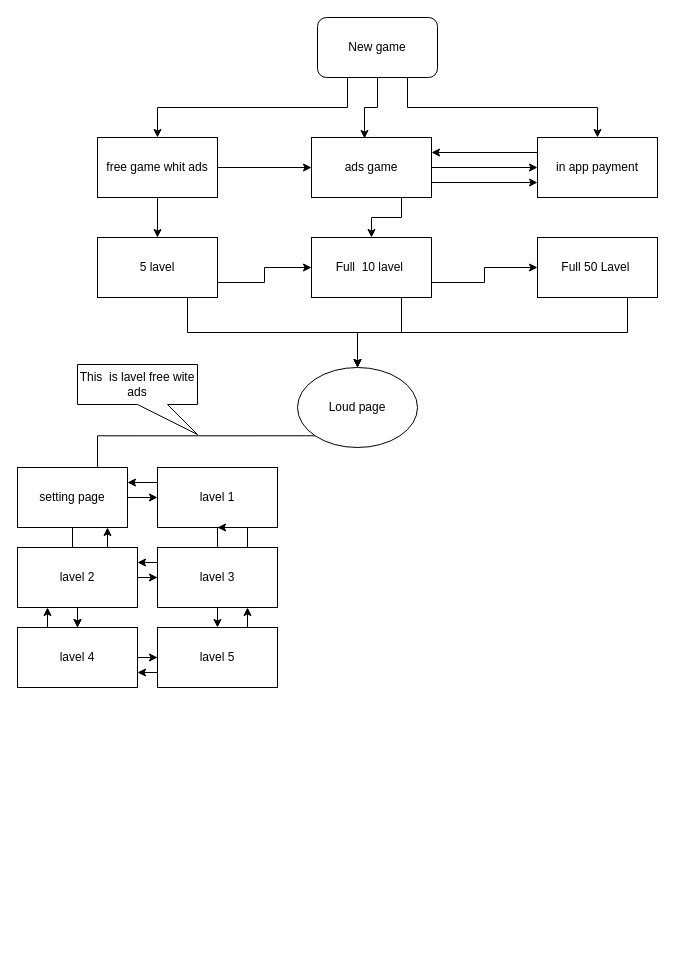
beyazcreative/Library keeps this draw.io diagram as Untitled Diagram.drawio. Above is the earlier version. Source tidied: cells renumbered, new cells numbered last; positions are measured from the earlier drawing's top-left corner, leaving out a move shared by most shapes. Both pictures are drawn from the tidied source at 100%, with x=0, y=0 at pixel (17, 17).
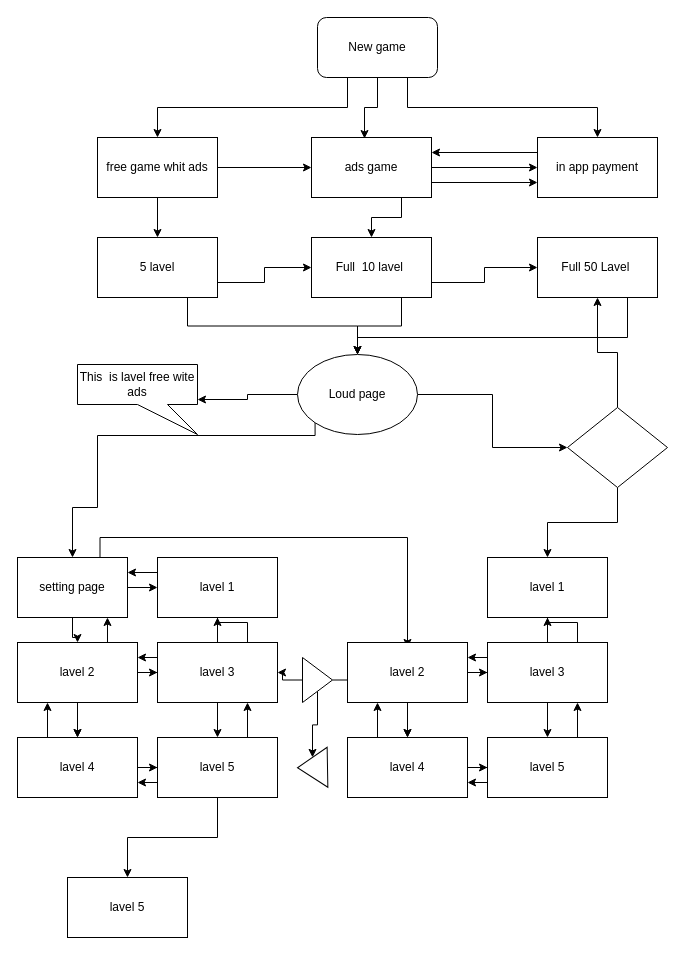
The same page after the edit.

Unchanged cells that the change refers to:
```xml
<mxCell id="22" value="Full 50 Lavel&amp;nbsp;" style="rounded=0;whiteSpace=wrap;html=1;" parent="1" vertex="1">
  <mxGeometry x="520" y="220" width="120" height="60" as="geometry" />
</mxCell>
<mxCell id="44" value="This&amp;nbsp; is lavel free wite ads" style="shape=callout;whiteSpace=wrap;html=1;perimeter=calloutPerimeter;base=30;position2=1;" parent="1" vertex="1">
  <mxGeometry x="60" y="347" width="120" height="70" as="geometry" />
</mxCell>
```

What changed in the source:
```diff
@@
     <mxCell id="21" style="edgeStyle=orthogonalEdgeStyle;rounded=0;jettySize=auto;html=1;exitX=0.75;exitY=1;exitDx=0;exitDy=0;entryX=0.5;entryY=0;entryDx=0;entryDy=0;" parent="1" edge="1" source="22" target="24">
-      <mxGeometry relative="1" as="geometry" />
+      <mxGeometry relative="1" as="geometry">
+        <Array as="points">
+          <mxPoint x="610" y="320" />
+          <mxPoint x="340" y="320" />
+        </Array>
+      </mxGeometry>
     </mxCell>
@@
+    <mxCell id="45" style="edgeStyle=orthogonalEdgeStyle;rounded=0;jettySize=auto;html=1;" parent="1" edge="1" source="24" target="44">
+      <mxGeometry relative="1" as="geometry" />
+    </mxCell>
+    <mxCell id="46" style="edgeStyle=orthogonalEdgeStyle;rounded=0;jettySize=auto;html=1;" parent="1" edge="1" source="24" target="73">
+      <mxGeometry relative="1" as="geometry" />
+    </mxCell>
     <mxCell id="24" value="Loud page" style="ellipse;whiteSpace=wrap;html=1;" parent="1" vertex="1">
-      <mxGeometry x="280" y="350" width="120" height="80" as="geometry" />
+      <mxGeometry x="280" y="337" width="120" height="80" as="geometry" />
     </mxCell>
@@
-    <mxCell id="26" style="edgeStyle=orthogonalEdgeStyle;rounded=0;jettySize=auto;html=1;" parent="1" edge="1" source="27" target="40">
+    <mxCell id="26" style="edgeStyle=orthogonalEdgeStyle;rounded=0;jettySize=auto;html=1;" parent="1" edge="1" source="34" target="40">
       <mxGeometry relative="1" as="geometry" />
     </mxCell>
+    <mxCell id="47" style="edgeStyle=orthogonalEdgeStyle;rounded=0;jettySize=auto;html=1;exitX=0.75;exitY=0;exitDx=0;exitDy=0;entryX=0.5;entryY=0.083;entryDx=0;entryDy=0;entryPerimeter=0;" parent="1" edge="1" source="27" target="69">
+      <mxGeometry relative="1" as="geometry">
+        <Array as="points">
+          <mxPoint x="83" y="520" />
+          <mxPoint x="390" y="520" />
+        </Array>
+      </mxGeometry>
+    </mxCell>
     <mxCell id="27" value="setting page" style="rounded=0;whiteSpace=wrap;html=1;" parent="1" vertex="1">
-      <mxGeometry y="450" width="110" height="60" as="geometry" />
+      <mxGeometry y="540" width="110" height="60" as="geometry" />
     </mxCell>
@@
     <mxCell id="30" value="lavel 1" style="rounded=0;whiteSpace=wrap;html=1;" parent="1" vertex="1">
-      <mxGeometry x="140" y="450" width="120" height="60" as="geometry" />
+      <mxGeometry x="140" y="540" width="120" height="60" as="geometry" />
     </mxCell>
@@
-    <mxCell id="34" value="lavel 2" style="rounded=0;whiteSpace=wrap;html=1;" parent="1" vertex="1">
-      <mxGeometry y="530" width="120" height="60" as="geometry" />
-    </mxCell>
@@
     <mxCell id="37" value="lavel 3" style="rounded=0;whiteSpace=wrap;html=1;" parent="1" vertex="1">
-      <mxGeometry x="140" y="530" width="120" height="60" as="geometry" />
+      <mxGeometry x="140" y="625" width="120" height="60" as="geometry" />
     </mxCell>
@@
     <mxCell id="40" value="lavel 4" style="rounded=0;whiteSpace=wrap;html=1;" parent="1" vertex="1">
-      <mxGeometry y="610" width="120" height="60" as="geometry" />
+      <mxGeometry y="720" width="120" height="60" as="geometry" />
     </mxCell>
@@
+    <mxCell id="48" style="edgeStyle=orthogonalEdgeStyle;rounded=0;jettySize=auto;html=1;" parent="1" edge="1" source="43" target="74">
+      <mxGeometry relative="1" as="geometry" />
+    </mxCell>
     <mxCell id="43" value="lavel 5" style="rounded=0;whiteSpace=wrap;html=1;" parent="1" vertex="1">
-      <mxGeometry x="140" y="610" width="120" height="60" as="geometry" />
+      <mxGeometry x="140" y="720" width="120" height="60" as="geometry" />
     </mxCell>
@@
+    <mxCell id="34" value="lavel 2" style="rounded=0;whiteSpace=wrap;html=1;" parent="1" vertex="1">
+      <mxGeometry y="625" width="120" height="60" as="geometry" />
+    </mxCell>
+    <mxCell id="49" style="edgeStyle=orthogonalEdgeStyle;rounded=0;jettySize=auto;html=1;" parent="1" edge="1" source="27" target="34">
+      <mxGeometry relative="1" as="geometry" />
+    </mxCell>
+    <mxCell id="50" style="edgeStyle=orthogonalEdgeStyle;rounded=0;jettySize=auto;html=1;exitX=0;exitY=0.25;exitDx=0;exitDy=0;" parent="1" edge="1" source="54">
+      <mxGeometry relative="1" as="geometry">
+        <mxPoint x="290" y="650" as="targetPoint" />
+      </mxGeometry>
+    </mxCell>
+    <mxCell id="51" style="edgeStyle=orthogonalEdgeStyle;rounded=0;jettySize=auto;html=1;" parent="1" edge="1" source="54" target="69">
+      <mxGeometry relative="1" as="geometry" />
+    </mxCell>
+    <mxCell id="52" style="edgeStyle=orthogonalEdgeStyle;rounded=0;jettySize=auto;html=1;" parent="1" edge="1" source="54" target="37">
+      <mxGeometry relative="1" as="geometry" />
+    </mxCell>
+    <mxCell id="53" style="edgeStyle=orthogonalEdgeStyle;rounded=0;jettySize=auto;html=1;" parent="1" edge="1" source="54" target="70">
+      <mxGeometry relative="1" as="geometry" />
+    </mxCell>
+    <mxCell id="54" style="triangle;whiteSpace=wrap;html=1;rotation=0;" parent="1" vertex="1">
+      <mxGeometry x="285" y="640" width="30" height="45" as="geometry" />
+    </mxCell>
+    <mxCell id="55" style="edgeStyle=orthogonalEdgeStyle;rounded=0;jettySize=auto;html=1;" parent="1" edge="1" source="69" target="65">
+      <mxGeometry relative="1" as="geometry" />
+    </mxCell>
+    <mxCell id="56" style="edgeStyle=orthogonalEdgeStyle;rounded=0;jettySize=auto;html=1;" parent="1" edge="1" source="57" target="68">
+      <mxGeometry relative="1" as="geometry" />
+    </mxCell>
+    <mxCell id="57" value="lavel 1" style="rounded=0;whiteSpace=wrap;html=1;" parent="1" vertex="1">
+      <mxGeometry x="470" y="540" width="120" height="60" as="geometry" />
+    </mxCell>
+    <mxCell id="58" style="edgeStyle=orthogonalEdgeStyle;rounded=0;jettySize=auto;html=1;" parent="1" edge="1" source="69" target="62">
+      <mxGeometry relative="1" as="geometry" />
+    </mxCell>
+    <mxCell id="59" style="edgeStyle=orthogonalEdgeStyle;rounded=0;jettySize=auto;html=1;" parent="1" edge="1" source="69" target="65">
+      <mxGeometry relative="1" as="geometry" />
+    </mxCell>
+    <mxCell id="60" style="edgeStyle=orthogonalEdgeStyle;rounded=0;jettySize=auto;html=1;exitX=0;exitY=0.25;exitDx=0;exitDy=0;entryX=1;entryY=0.25;entryDx=0;entryDy=0;" parent="1" edge="1" source="62" target="69">
+      <mxGeometry relative="1" as="geometry" />
+    </mxCell>
+    <mxCell id="61" style="edgeStyle=orthogonalEdgeStyle;rounded=0;jettySize=auto;html=1;exitX=0.75;exitY=0;exitDx=0;exitDy=0;" parent="1" edge="1" source="62" target="57">
+      <mxGeometry relative="1" as="geometry" />
+    </mxCell>
+    <mxCell id="62" value="lavel 3" style="rounded=0;whiteSpace=wrap;html=1;" parent="1" vertex="1">
+      <mxGeometry x="470" y="625" width="120" height="60" as="geometry" />
+    </mxCell>
+    <mxCell id="63" style="edgeStyle=orthogonalEdgeStyle;rounded=0;jettySize=auto;html=1;" parent="1" edge="1" source="65" target="68">
+      <mxGeometry relative="1" as="geometry" />
+    </mxCell>
+    <mxCell id="64" style="edgeStyle=orthogonalEdgeStyle;rounded=0;jettySize=auto;html=1;exitX=0.25;exitY=0;exitDx=0;exitDy=0;entryX=0.25;entryY=1;entryDx=0;entryDy=0;" parent="1" edge="1" source="65" target="69">
+      <mxGeometry relative="1" as="geometry" />
+    </mxCell>
+    <mxCell id="65" value="lavel 4" style="rounded=0;whiteSpace=wrap;html=1;" parent="1" vertex="1">
+      <mxGeometry x="330" y="720" width="120" height="60" as="geometry" />
+    </mxCell>
+    <mxCell id="66" style="edgeStyle=orthogonalEdgeStyle;rounded=0;jettySize=auto;html=1;exitX=0.75;exitY=0;exitDx=0;exitDy=0;entryX=0.75;entryY=1;entryDx=0;entryDy=0;" parent="1" edge="1" source="68" target="62">
+      <mxGeometry relative="1" as="geometry" />
+    </mxCell>
+    <mxCell id="67" style="edgeStyle=orthogonalEdgeStyle;rounded=0;jettySize=auto;html=1;exitX=0;exitY=0.75;exitDx=0;exitDy=0;entryX=1;entryY=0.75;entryDx=0;entryDy=0;" parent="1" edge="1" source="68" target="65">
+      <mxGeometry relative="1" as="geometry" />
+    </mxCell>
+    <mxCell id="68" value="lavel 5" style="rounded=0;whiteSpace=wrap;html=1;" parent="1" vertex="1">
+      <mxGeometry x="470" y="720" width="120" height="60" as="geometry" />
+    </mxCell>
+    <mxCell id="69" value="lavel 2" style="rounded=0;whiteSpace=wrap;html=1;" parent="1" vertex="1">
+      <mxGeometry x="330" y="625" width="120" height="60" as="geometry" />
+    </mxCell>
+    <mxCell id="70" style="triangle;whiteSpace=wrap;html=1;rotation=-181;" parent="1" vertex="1">
+      <mxGeometry x="280" y="730" width="30" height="40" as="geometry" />
+    </mxCell>
+    <mxCell id="71" style="edgeStyle=orthogonalEdgeStyle;rounded=0;jettySize=auto;html=1;" parent="1" edge="1" source="73" target="22">
+      <mxGeometry relative="1" as="geometry" />
+    </mxCell>
+    <mxCell id="72" style="edgeStyle=orthogonalEdgeStyle;rounded=0;jettySize=auto;html=1;" parent="1" edge="1" source="73" target="57">
+      <mxGeometry relative="1" as="geometry" />
+    </mxCell>
+    <mxCell id="73" style="rhombus;whiteSpace=wrap;html=1;" parent="1" vertex="1">
+      <mxGeometry x="550" y="390" width="100" height="80" as="geometry" />
+    </mxCell>
+    <mxCell id="74" value="lavel 5" style="rounded=0;whiteSpace=wrap;html=1;" parent="1" vertex="1">
+      <mxGeometry x="50" y="860" width="120" height="60" as="geometry" />
+    </mxCell>
```
